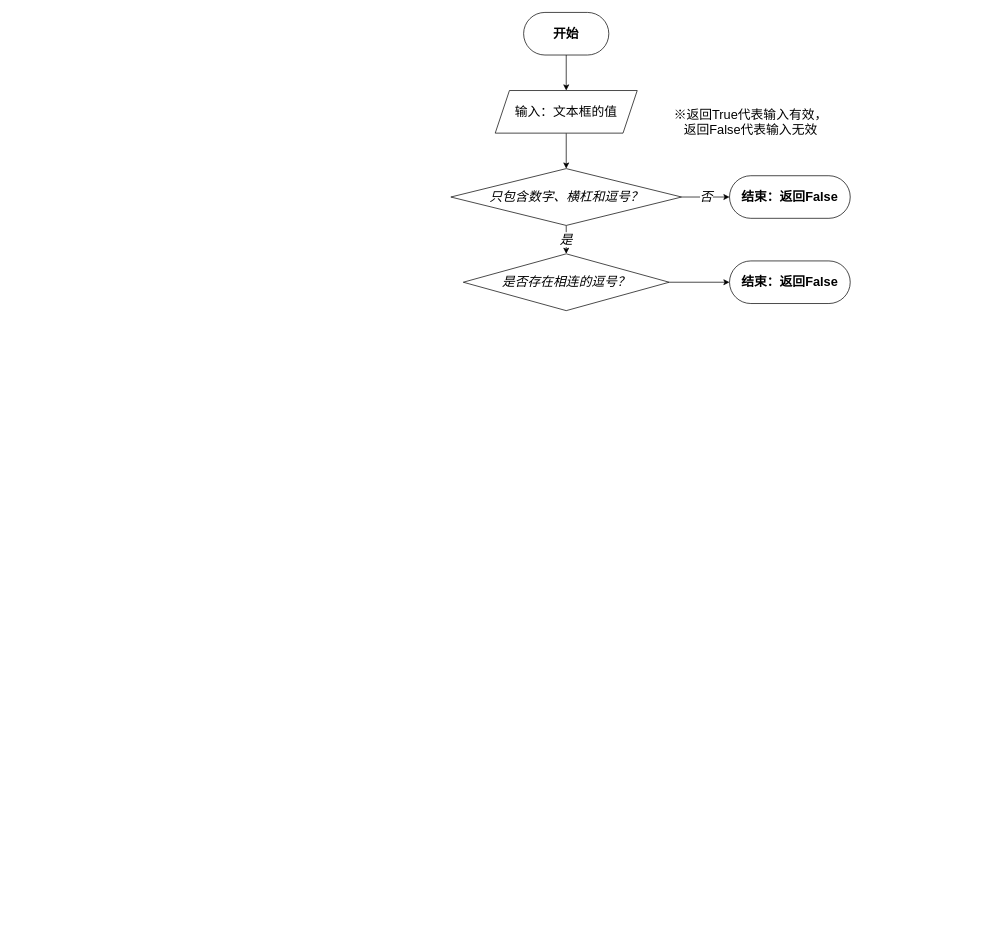
ShiningYangYXN/ElementPeriodTable keeps this draw.io diagram as page "范围纠错算法" (2 of 2) of 算法流程图.drawio. Above is the earlier version. Source tidied: cells renumbered, new cells numbered last; positions are measured from the earlier drawing's top-left corner, leaving out a move shared by most shapes. Both pictures are drawn from the tidied source at 71%, with x=0, y=0 at pixel (451, 12).
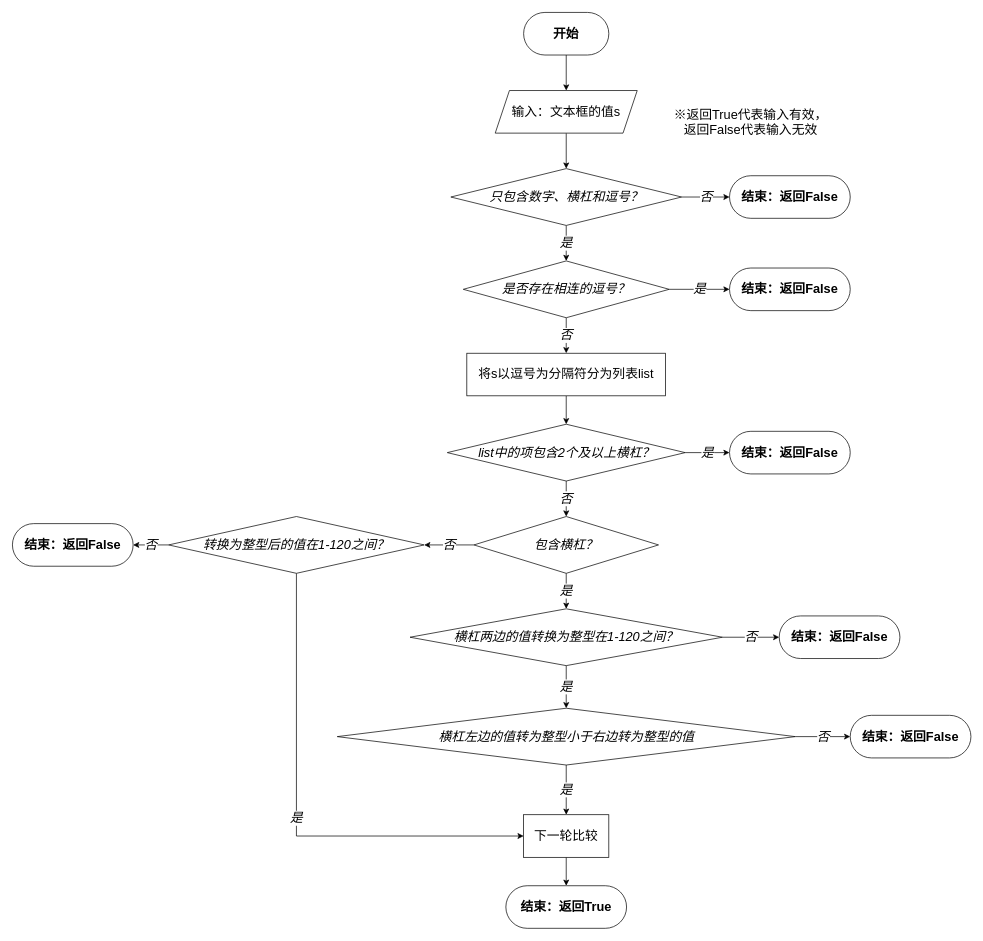
Above is the later version.

Commit message (it also covers changes not shown here):
更新算法流程图.drawio

What changed in the source:
```diff
@@
-    <mxCell id="5" value="输入：文本框的值" style="shape=parallelogram;perimeter=parallelogramPerimeter;whiteSpace=wrap;html=1;fixedSize=1;fontSize=18;" parent="1" vertex="1">
+    <mxCell id="5" value="输入：文本框的值s" style="shape=parallelogram;perimeter=parallelogramPerimeter;whiteSpace=wrap;html=1;fixedSize=1;fontSize=18;" parent="1" vertex="1">
       <mxGeometry x="62" y="110" width="200" height="60" as="geometry" />
     </mxCell>
@@
-    <mxCell id="11" style="edgeStyle=orthogonalEdgeStyle;rounded=0;jettySize=auto;html=1;exitX=1;exitY=0.5;exitDx=0;exitDy=0;entryX=0;entryY=0.5;entryDx=0;entryDy=0;fontSize=18;" parent="1" edge="1" source="12" target="13">
+    <mxCell id="11" value="是" style="edgeStyle=orthogonalEdgeStyle;rounded=0;jettySize=auto;html=1;exitX=1;exitY=0.5;exitDx=0;exitDy=0;entryX=0;entryY=0.5;entryDx=0;entryDy=0;fontSize=18;fontStyle=2;" parent="1" edge="1" source="12" target="13">
       <mxGeometry relative="1" as="geometry" />
     </mxCell>
+    <mxCell id="14" value="否" style="edgeStyle=orthogonalEdgeStyle;rounded=0;jettySize=auto;html=1;fontSize=18;fontStyle=2;" parent="1" edge="1" source="12" target="16">
+      <mxGeometry relative="1" as="geometry" />
+    </mxCell>
     <mxCell id="12" value="是否存在相连的逗号？" style="rhombus;whiteSpace=wrap;html=1;fontSize=18;fontStyle=2;" parent="1" vertex="1">
-      <mxGeometry x="17" y="340" width="290" height="80" as="geometry" />
+      <mxGeometry x="17" y="350" width="290" height="80" as="geometry" />
     </mxCell>
     <mxCell id="13" value="结束：返回False" style="rounded=1;whiteSpace=wrap;html=1;fontSize=18;arcSize=50;fontStyle=1;" parent="1" vertex="1">
-      <mxGeometry x="392" y="350" width="170" height="60" as="geometry" />
+      <mxGeometry x="392" y="360" width="170" height="60" as="geometry" />
     </mxCell>
+    <mxCell id="15" style="edgeStyle=orthogonalEdgeStyle;rounded=0;jettySize=auto;html=1;fontSize=18;" parent="1" edge="1" source="16" target="19">
+      <mxGeometry relative="1" as="geometry" />
+    </mxCell>
+    <mxCell id="16" value="将s以逗号为分隔符分为列表list" style="whiteSpace=wrap;html=1;fontSize=18;fontStyle=0;" parent="1" vertex="1">
+      <mxGeometry x="22" y="480" width="280" height="60" as="geometry" />
+    </mxCell>
+    <mxCell id="17" value="是" style="edgeStyle=orthogonalEdgeStyle;rounded=0;jettySize=auto;html=1;exitX=1;exitY=0.5;exitDx=0;exitDy=0;entryX=0;entryY=0.5;entryDx=0;entryDy=0;fontSize=18;fontStyle=2;" parent="1" edge="1" source="19" target="20">
+      <mxGeometry relative="1" as="geometry" />
+    </mxCell>
+    <mxCell id="18" value="否" style="edgeStyle=orthogonalEdgeStyle;rounded=0;jettySize=auto;html=1;fontSize=18;fontStyle=2;" parent="1" edge="1" source="19" target="23">
+      <mxGeometry relative="1" as="geometry" />
+    </mxCell>
+    <mxCell id="19" value="list中的项包含2个及以上横杠？" style="rhombus;whiteSpace=wrap;html=1;fontSize=18;fontStyle=2;" parent="1" vertex="1">
+      <mxGeometry x="-5.5" y="580" width="335" height="80" as="geometry" />
+    </mxCell>
+    <mxCell id="20" value="结束：返回False" style="rounded=1;whiteSpace=wrap;html=1;fontSize=18;arcSize=50;fontStyle=1;" parent="1" vertex="1">
+      <mxGeometry x="392" y="590" width="170" height="60" as="geometry" />
+    </mxCell>
+    <mxCell id="21" value="是" style="edgeStyle=orthogonalEdgeStyle;rounded=0;jettySize=auto;html=1;fontSize=18;fontStyle=2;" parent="1" edge="1" source="23" target="26">
+      <mxGeometry relative="1" as="geometry" />
+    </mxCell>
+    <mxCell id="22" value="否" style="edgeStyle=orthogonalEdgeStyle;rounded=0;jettySize=auto;html=1;fontSize=18;fontStyle=2;" parent="1" edge="1" source="23" target="29">
+      <mxGeometry relative="1" as="geometry" />
+    </mxCell>
+    <mxCell id="23" value="包含横杠？" style="rhombus;whiteSpace=wrap;html=1;fontSize=18;fontStyle=2;" parent="1" vertex="1">
+      <mxGeometry x="32" y="710" width="260" height="80" as="geometry" />
+    </mxCell>
+    <mxCell id="24" value="否" style="edgeStyle=orthogonalEdgeStyle;rounded=0;jettySize=auto;html=1;exitX=1;exitY=0.5;exitDx=0;exitDy=0;entryX=0;entryY=0.5;entryDx=0;entryDy=0;fontSize=18;fontStyle=2;" parent="1" edge="1" source="26" target="33">
+      <mxGeometry relative="1" as="geometry" />
+    </mxCell>
+    <mxCell id="25" value="是" style="edgeStyle=orthogonalEdgeStyle;rounded=0;jettySize=auto;html=1;fontSize=18;fontStyle=2;" parent="1" edge="1" source="26" target="36">
+      <mxGeometry relative="1" as="geometry" />
+    </mxCell>
+    <mxCell id="26" value="横杠两边的值转换为整型在1-120之间？" style="rhombus;whiteSpace=wrap;html=1;fontSize=18;fontStyle=2;" parent="1" vertex="1">
+      <mxGeometry x="-58" y="840" width="440" height="80" as="geometry" />
+    </mxCell>
+    <mxCell id="27" value="否" style="edgeStyle=orthogonalEdgeStyle;rounded=0;jettySize=auto;html=1;fontSize=18;fontStyle=2;" parent="1" edge="1" source="29" target="30">
+      <mxGeometry relative="1" as="geometry" />
+    </mxCell>
+    <mxCell id="28" value="是" style="edgeStyle=orthogonalEdgeStyle;rounded=0;jettySize=auto;html=1;fontSize=18;fontStyle=2;" parent="1" edge="1" source="29" target="32">
+      <mxGeometry relative="1" as="geometry">
+        <Array as="points">
+          <mxPoint x="-218" y="1160" />
+        </Array>
+      </mxGeometry>
+    </mxCell>
+    <mxCell id="29" value="转换为整型后的值在1-120之间？" style="rhombus;whiteSpace=wrap;html=1;fontSize=18;fontStyle=2;" parent="1" vertex="1">
+      <mxGeometry x="-398" y="710" width="360" height="80" as="geometry" />
+    </mxCell>
+    <mxCell id="30" value="结束：返回False" style="rounded=1;whiteSpace=wrap;html=1;fontSize=18;arcSize=50;fontStyle=1;" parent="1" vertex="1">
+      <mxGeometry x="-618" y="720" width="170" height="60" as="geometry" />
+    </mxCell>
+    <mxCell id="31" style="edgeStyle=orthogonalEdgeStyle;rounded=0;jettySize=auto;html=1;fontSize=18;entryX=0.5;entryY=0;entryDx=0;entryDy=0;" parent="1" edge="1" source="32" target="38">
+      <mxGeometry relative="1" as="geometry" />
+    </mxCell>
+    <mxCell id="32" value="下一轮比较" style="whiteSpace=wrap;html=1;fontSize=18;fontStyle=0;" parent="1" vertex="1">
+      <mxGeometry x="102" y="1130" width="120" height="60" as="geometry" />
+    </mxCell>
+    <mxCell id="33" value="结束：返回False" style="rounded=1;whiteSpace=wrap;html=1;fontSize=18;arcSize=50;fontStyle=1;" parent="1" vertex="1">
+      <mxGeometry x="462" y="850" width="170" height="60" as="geometry" />
+    </mxCell>
+    <mxCell id="34" value="否" style="edgeStyle=orthogonalEdgeStyle;rounded=0;jettySize=auto;html=1;exitX=1;exitY=0.5;exitDx=0;exitDy=0;entryX=0;entryY=0.5;entryDx=0;entryDy=0;fontSize=18;fontStyle=2;" parent="1" edge="1" source="36" target="37">
+      <mxGeometry relative="1" as="geometry" />
+    </mxCell>
+    <mxCell id="35" value="是" style="edgeStyle=orthogonalEdgeStyle;rounded=0;jettySize=auto;html=1;exitX=0.5;exitY=1;exitDx=0;exitDy=0;entryX=0.5;entryY=0;entryDx=0;entryDy=0;fontSize=18;fontStyle=2;" parent="1" edge="1" source="36" target="32">
+      <mxGeometry relative="1" as="geometry" />
+    </mxCell>
+    <mxCell id="36" value="横杠左边的值转为整型小于右边转为整型的值" style="rhombus;whiteSpace=wrap;html=1;fontSize=18;fontStyle=2;" parent="1" vertex="1">
+      <mxGeometry x="-160.5" y="980" width="645" height="80" as="geometry" />
+    </mxCell>
+    <mxCell id="37" value="结束：返回False" style="rounded=1;whiteSpace=wrap;html=1;fontSize=18;arcSize=50;fontStyle=1;" parent="1" vertex="1">
+      <mxGeometry x="562" y="990" width="170" height="60" as="geometry" />
+    </mxCell>
+    <mxCell id="38" value="结束：返回True" style="rounded=1;whiteSpace=wrap;html=1;fontSize=18;arcSize=50;fontStyle=1;" parent="1" vertex="1">
+      <mxGeometry x="77" y="1230" width="170" height="60" as="geometry" />
+    </mxCell>
```
